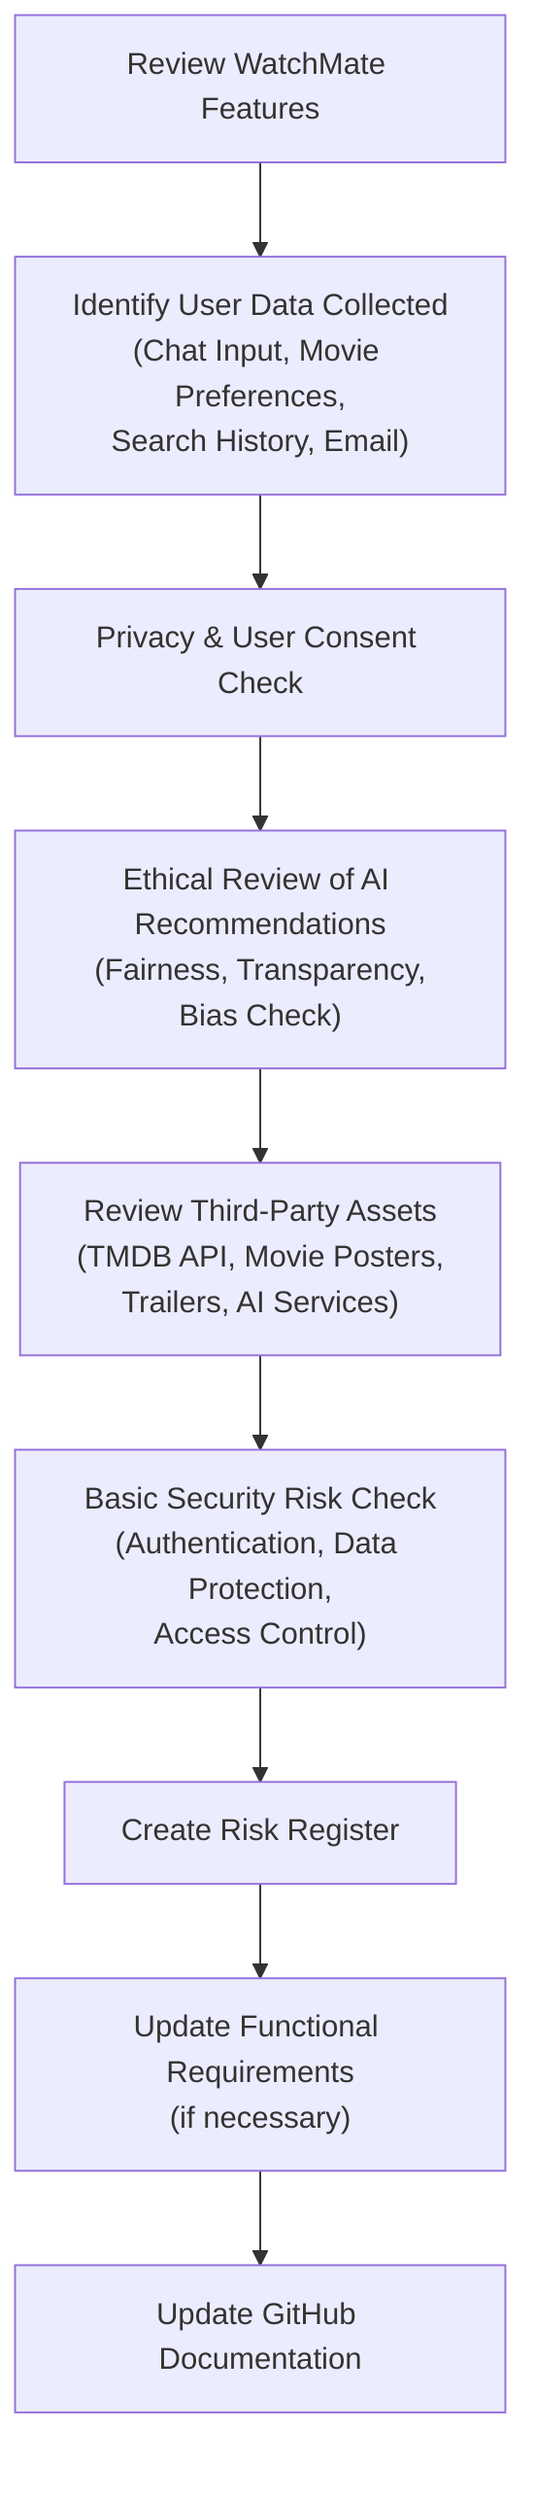
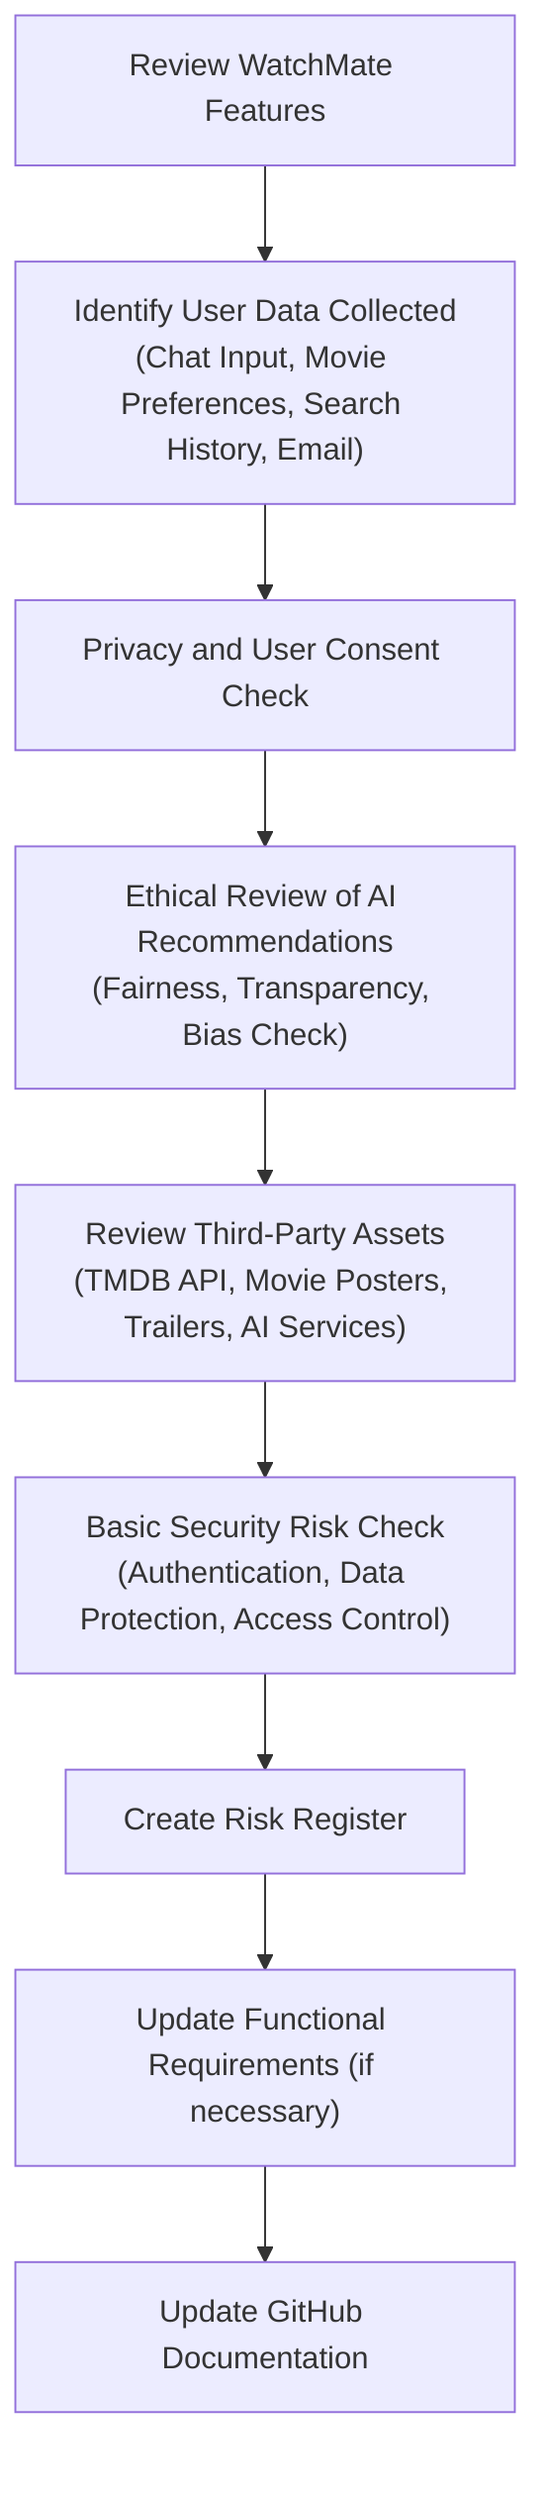
flowchart TD

A["Review WatchMate Features"]

B["Identify User Data Collected
- (Chat Input, Movie Preferences,
- Search History, Email)"]
+ (Chat Input, Movie Preferences, Search History, Email)"]

- C["Privacy & User Consent Check"]
+ C["Privacy and User Consent Check"]

D["Ethical Review of AI Recommendations
- (Fairness, Transparency,
- Bias Check)"]
+ (Fairness, Transparency, Bias Check)"]

E["Review Third-Party Assets
- (TMDB API, Movie Posters,
- Trailers, AI Services)"]
+ (TMDB API, Movie Posters, Trailers, AI Services)"]

F["Basic Security Risk Check
- (Authentication, Data Protection,
- Access Control)"]
+ (Authentication, Data Protection, Access Control)"]

G["Create Risk Register"]

- H["Update Functional Requirements
- (if necessary)"]
+ H["Update Functional Requirements (if necessary)"]

I["Update GitHub Documentation"]

A --> B
B --> C
C --> D
D --> E
E --> F
F --> G
G --> H
H --> I
